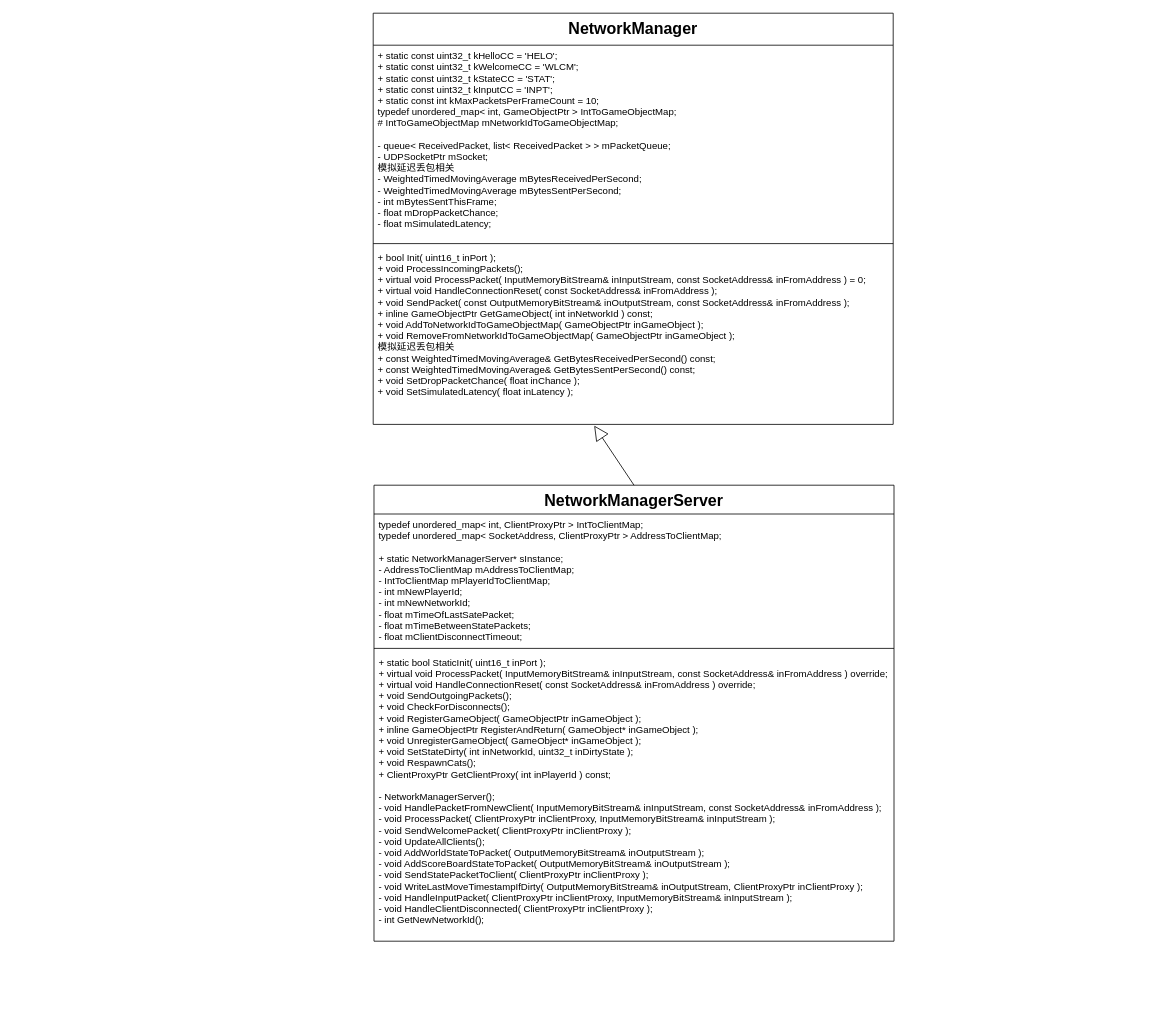
Above: page "第 4 页" (4 of 5) of 未命名绘图.drawio in jialin0x7c9/Learning (draw.io), before the change. Source tidied: cells renumbered, new cells numbered last; positions are measured from the earlier drawing's top-left corner, leaving out a move shared by most shapes. Both pictures are drawn from the tidied source at 80%, with x=0, y=0 at pixel (373, 13).
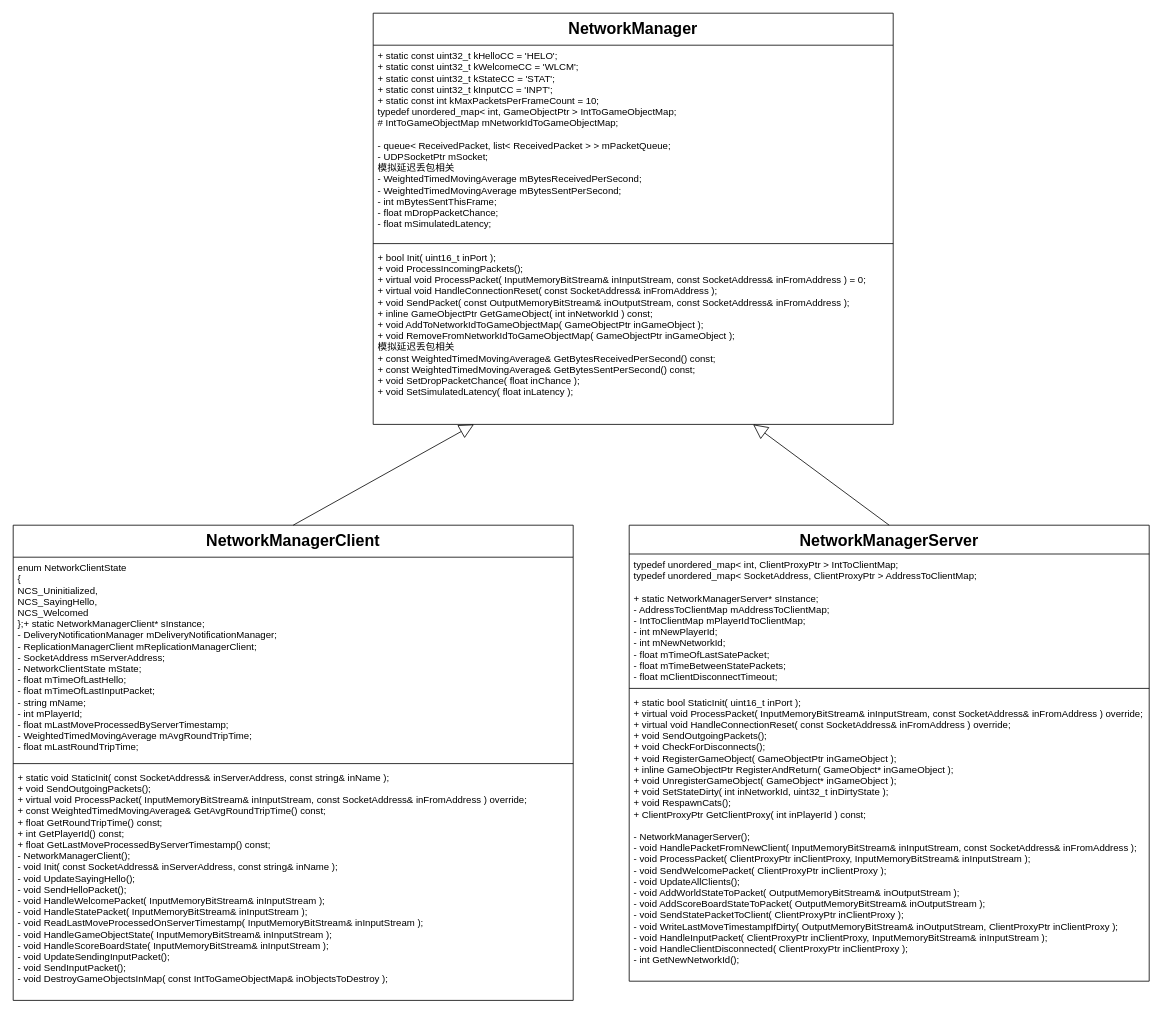
The same page after the edit.

Commit message:
更新未命名绘图.drawio

Change to the diagram source:
```diff
@@
 <mxGraphModel>
   <root>
     <mxCell id="0" />
     <mxCell id="1" parent="0" />
     <mxCell id="2" value="NetworkManagerServer" style="swimlane;fontStyle=1;align=center;verticalAlign=top;horizontal=1;startSize=36;fontSize=20;" parent="1" vertex="1">
-      <mxGeometry x="1" y="590" width="650" height="570" as="geometry" />
+      <mxGeometry x="320" y="640" width="650" height="570" as="geometry" />
     </mxCell>
     <mxCell id="3" value=" typedef unordered_map&lt; int, ClientProxyPtr &gt; IntToClientMap;&#10; typedef unordered_map&lt; SocketAddress, ClientProxyPtr &gt; AddressToClientMap;&#10;&#10;+ static NetworkManagerServer* sInstance;&#10;- AddressToClientMap  mAddressToClientMap;&#10;- IntToClientMap   mPlayerIdToClientMap;&#10;- int    mNewPlayerId;&#10;- int    mNewNetworkId;&#10;- float   mTimeOfLastSatePacket;&#10;- float   mTimeBetweenStatePackets;&#10;- float   mClientDisconnectTimeout;" style="text;strokeColor=none;fillColor=none;align=left;verticalAlign=top;spacingLeft=4;spacingRight=4;overflow=hidden;" parent="2" vertex="1">
       <mxGeometry y="36" width="650" height="164" as="geometry" />
     </mxCell>
     <mxCell id="4" style="line;strokeWidth=1;fillColor=none;align=left;verticalAlign=middle;spacingTop=-1;spacingLeft=3;spacingRight=3;labelPosition=right;" parent="2" vertex="1">
       <mxGeometry y="200" width="650" height="8" as="geometry" />
     </mxCell>
     <mxCell id="5" value="+ static bool    StaticInit( uint16_t inPort );&#10;+ virtual void   ProcessPacket( InputMemoryBitStream&amp; inInputStream, const SocketAddress&amp; inFromAddress ) override;&#10;+ virtual void   HandleConnectionReset( const SocketAddress&amp; inFromAddress ) override;&#10;+ void   SendOutgoingPackets();&#10;+ void   CheckForDisconnects();&#10;+ void   RegisterGameObject( GameObjectPtr inGameObject );&#10;+ inline GameObjectPtr RegisterAndReturn( GameObject* inGameObject );&#10;+ void   UnregisterGameObject( GameObject* inGameObject );&#10;+ void   SetStateDirty( int inNetworkId, uint32_t inDirtyState );&#10;+ void   RespawnCats();&#10;+ ClientProxyPtr GetClientProxy( int inPlayerId ) const;&#10;&#10;- NetworkManagerServer();&#10;- void HandlePacketFromNewClient( InputMemoryBitStream&amp; inInputStream, const SocketAddress&amp; inFromAddress );&#10;- void ProcessPacket( ClientProxyPtr inClientProxy, InputMemoryBitStream&amp; inInputStream );&#10;- void SendWelcomePacket( ClientProxyPtr inClientProxy );&#10;- void UpdateAllClients();&#10;- void AddWorldStateToPacket( OutputMemoryBitStream&amp; inOutputStream );&#10;- void AddScoreBoardStateToPacket( OutputMemoryBitStream&amp; inOutputStream );&#10;- void SendStatePacketToClient( ClientProxyPtr inClientProxy );&#10;- void WriteLastMoveTimestampIfDirty( OutputMemoryBitStream&amp; inOutputStream, ClientProxyPtr inClientProxy );&#10;- void HandleInputPacket( ClientProxyPtr inClientProxy, InputMemoryBitStream&amp; inInputStream );&#10;- void HandleClientDisconnected( ClientProxyPtr inClientProxy );&#10;- int  GetNewNetworkId();" style="text;strokeColor=none;fillColor=none;align=left;verticalAlign=top;spacingLeft=4;spacingRight=4;overflow=hidden;" parent="2" vertex="1">
       <mxGeometry y="208" width="650" height="362" as="geometry" />
     </mxCell>
     <mxCell id="6" value="NetworkManager&#10;" style="swimlane;fontStyle=1;align=center;verticalAlign=top;horizontal=1;startSize=40;fontSize=20;" parent="1" vertex="1">
       <mxGeometry width="650" height="514" as="geometry" />
     </mxCell>
     <mxCell id="7" value="+ static const uint32_t kHelloCC = 'HELO';&#10;+ static const uint32_t kWelcomeCC = 'WLCM';&#10;+ static const uint32_t kStateCC = 'STAT';&#10;+ static const uint32_t kInputCC = 'INPT';&#10;+ static const int  kMaxPacketsPerFrameCount = 10;&#10;typedef unordered_map&lt; int, GameObjectPtr &gt; IntToGameObjectMap;&#10;# IntToGameObjectMap  mNetworkIdToGameObjectMap;&#10;&#10;- queue&lt; ReceivedPacket, list&lt; ReceivedPacket &gt; &gt; mPacketQueue;&#10;- UDPSocketPtr mSocket;&#10;模拟延迟丢包相关&#10;- WeightedTimedMovingAverage mBytesReceivedPerSecond;&#10;- WeightedTimedMovingAverage mBytesSentPerSecond;&#10;- int       mBytesSentThisFrame;&#10;- float      mDropPacketChance;&#10;- float      mSimulatedLatency;&#10;" style="text;strokeColor=none;fillColor=none;align=left;verticalAlign=top;spacingLeft=4;spacingRight=4;overflow=hidden;" parent="6" vertex="1">
       <mxGeometry y="40" width="650" height="244" as="geometry" />
     </mxCell>
     <mxCell id="8" style="line;strokeWidth=1;fillColor=none;align=left;verticalAlign=middle;spacingTop=-1;spacingLeft=3;spacingRight=3;labelPosition=right;" parent="6" vertex="1">
       <mxGeometry y="284" width="650" height="8" as="geometry" />
     </mxCell>
     <mxCell id="9" value="+ bool Init( uint16_t inPort ); &#10;+ void ProcessIncomingPackets();&#10;+ virtual void ProcessPacket( InputMemoryBitStream&amp; inInputStream, const SocketAddress&amp; inFromAddress ) = 0;&#10;+ virtual void HandleConnectionReset( const SocketAddress&amp; inFromAddress );&#10;+ void SendPacket( const OutputMemoryBitStream&amp; inOutputStream, const SocketAddress&amp; inFromAddress );&#10;+ inline GameObjectPtr GetGameObject( int inNetworkId ) const;&#10;+ void AddToNetworkIdToGameObjectMap( GameObjectPtr inGameObject );&#10;+ void RemoveFromNetworkIdToGameObjectMap( GameObjectPtr inGameObject );&#10;模拟延迟丢包相关&#10;+ const WeightedTimedMovingAverage&amp; GetBytesReceivedPerSecond() const;&#10;+ const WeightedTimedMovingAverage&amp; GetBytesSentPerSecond()  const;&#10;+ void SetDropPacketChance( float inChance );&#10;+ void SetSimulatedLatency( float inLatency );&#10;&#10;" style="text;strokeColor=none;fillColor=none;align=left;verticalAlign=top;spacingLeft=4;spacingRight=4;overflow=hidden;points=[[0,0.5],[1,0.5]];portConstraint=eastwest;" parent="6" vertex="1">
       <mxGeometry y="292" width="650" height="222" as="geometry" />
     </mxCell>
-    <mxCell id="10" style="endArrow=block;endSize=16;endFill=0;html=1;entryX=0.425;entryY=1.007;entryDx=0;entryDy=0;entryPerimeter=0;exitX=0.5;exitY=0;exitDx=0;exitDy=0;" parent="1" edge="1" source="2" target="9">
+    <mxCell id="10" style="endArrow=block;endSize=16;endFill=0;html=1;exitX=0.5;exitY=0;exitDx=0;exitDy=0;" parent="1" edge="1" source="2" target="9">
       <mxGeometry relative="1" as="geometry" />
     </mxCell>
+    <mxCell id="11" value="NetworkManagerClient" style="swimlane;fontStyle=1;align=center;verticalAlign=top;horizontal=1;startSize=40;fontSize=20;" parent="1" vertex="1">
+      <mxGeometry x="-450" y="640" width="700" height="594" as="geometry" />
+    </mxCell>
+    <mxCell id="12" value="enum NetworkClientState&#10; {&#10;  NCS_Uninitialized,&#10;  NCS_SayingHello,&#10;  NCS_Welcomed&#10; };+ static NetworkManagerClient* sInstance;&#10;- DeliveryNotificationManager mDeliveryNotificationManager;&#10;- ReplicationManagerClient mReplicationManagerClient;&#10;- SocketAddress  mServerAddress;&#10;- NetworkClientState mState;&#10;- float    mTimeOfLastHello;&#10;- float    mTimeOfLastInputPacket;&#10;- string    mName;&#10;- int     mPlayerId;&#10;- float    mLastMoveProcessedByServerTimestamp;&#10;- WeightedTimedMovingAverage mAvgRoundTripTime;&#10;- float      mLastRoundTripTime;" style="text;strokeColor=none;fillColor=none;align=left;verticalAlign=top;spacingLeft=4;spacingRight=4;overflow=hidden;" parent="11" vertex="1">
+      <mxGeometry y="40" width="700" height="254" as="geometry" />
+    </mxCell>
+    <mxCell id="13" style="line;strokeWidth=1;fillColor=none;align=left;verticalAlign=middle;spacingTop=-1;spacingLeft=3;spacingRight=3;labelPosition=right;" parent="11" vertex="1">
+      <mxGeometry y="294" width="700" height="8" as="geometry" />
+    </mxCell>
+    <mxCell id="14" value="+ static void StaticInit( const SocketAddress&amp; inServerAddress, const string&amp; inName );&#10;+ void SendOutgoingPackets();&#10;+ virtual void ProcessPacket( InputMemoryBitStream&amp; inInputStream, const SocketAddress&amp; inFromAddress ) override;&#10;+ const WeightedTimedMovingAverage&amp;  GetAvgRoundTripTime() const;&#10;+ float         GetRoundTripTime()  const;&#10;+ int  GetPlayerId()           const;&#10;+ float GetLastMoveProcessedByServerTimestamp()     const;&#10;- NetworkManagerClient();&#10;- void Init( const SocketAddress&amp; inServerAddress, const string&amp; inName );&#10;- void UpdateSayingHello();&#10;- void SendHelloPacket();&#10;- void HandleWelcomePacket( InputMemoryBitStream&amp; inInputStream );&#10;- void HandleStatePacket( InputMemoryBitStream&amp; inInputStream );&#10;- void ReadLastMoveProcessedOnServerTimestamp( InputMemoryBitStream&amp; inInputStream );&#10;- void HandleGameObjectState( InputMemoryBitStream&amp; inInputStream );&#10;- void HandleScoreBoardState( InputMemoryBitStream&amp; inInputStream );&#10;- void UpdateSendingInputPacket();&#10;- void SendInputPacket();&#10;- void DestroyGameObjectsInMap( const IntToGameObjectMap&amp; inObjectsToDestroy );" style="text;strokeColor=none;fillColor=none;align=left;verticalAlign=top;spacingLeft=4;spacingRight=4;overflow=hidden;" parent="11" vertex="1">
+      <mxGeometry y="302" width="700" height="292" as="geometry" />
+    </mxCell>
+    <mxCell id="15" style="endArrow=block;endSize=16;endFill=0;html=1;exitX=0.5;exitY=0;exitDx=0;exitDy=0;" parent="1" edge="1" source="11" target="9">
+      <mxGeometry relative="1" as="geometry" />
+    </mxCell>
   </root>
 </mxGraphModel>
```
